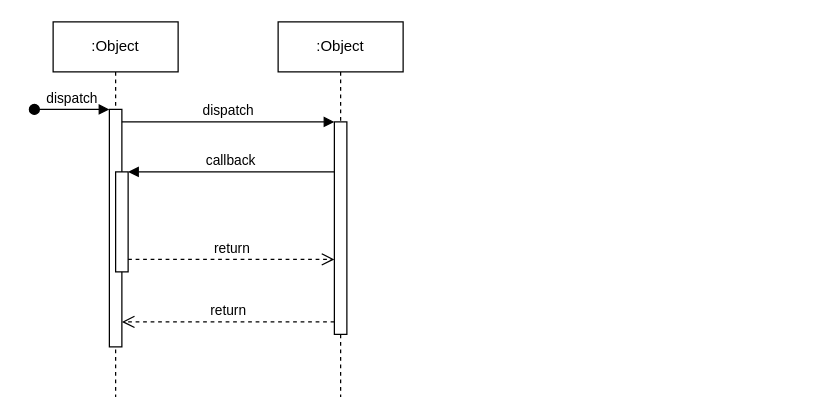
The draw.io diagram Untitled Diagram.drawio in zhifou/drawio, before the edit. Source tidied: cells renumbered, new cells numbered last; positions are measured from the earlier drawing's top-left corner, leaving out a move shared by most shapes. Both pictures are drawn from the tidied source at 125%, with x=0, y=0 at pixel (34, 21).
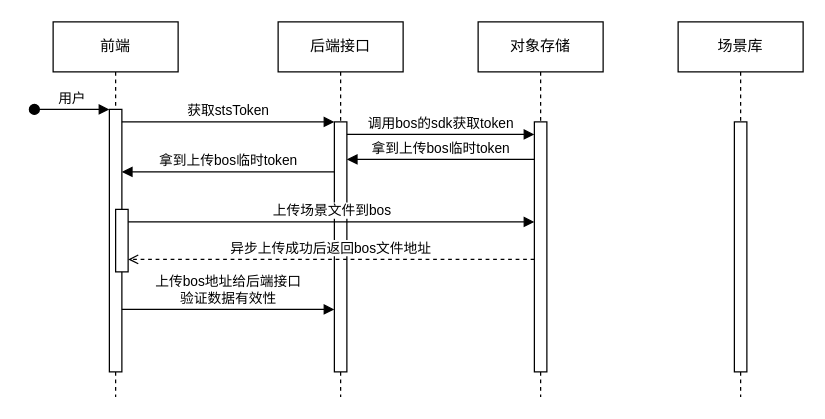
The same diagram, later.

Diff of the diagram source:
```diff
@@
-    <mxCell id="2" value=":Object" style="shape=umlLifeline;perimeter=lifelinePerimeter;whiteSpace=wrap;html=1;newEdgeStyle={&quot;edgeStyle&quot;:&quot;elbowEdgeStyle&quot;,&quot;elbow&quot;:&quot;vertical&quot;,&quot;curved&quot;:0,&quot;rounded&quot;:0};" parent="1" vertex="1">
+    <mxCell id="2" value="前端" style="shape=umlLifeline;perimeter=lifelinePerimeter;whiteSpace=wrap;html=1;newEdgeStyle={&quot;edgeStyle&quot;:&quot;elbowEdgeStyle&quot;,&quot;elbow&quot;:&quot;vertical&quot;,&quot;curved&quot;:0,&quot;rounded&quot;:0};" parent="1" vertex="1">
       <mxGeometry x="15" width="100" height="300" as="geometry" />
     </mxCell>
     <mxCell id="3" style="html=1;points=[];perimeter=orthogonalPerimeter;outlineConnect=0;targetShapes=umlLifeline;portConstraint=eastwest;newEdgeStyle={&quot;edgeStyle&quot;:&quot;elbowEdgeStyle&quot;,&quot;elbow&quot;:&quot;vertical&quot;,&quot;curved&quot;:0,&quot;rounded&quot;:0};" parent="2" vertex="1">
-      <mxGeometry x="45" y="70" width="10" height="190" as="geometry" />
+      <mxGeometry x="45" y="70" width="10" height="210" as="geometry" />
     </mxCell>
-    <mxCell id="4" value="dispatch" style="html=1;verticalAlign=bottom;startArrow=oval;endArrow=block;startSize=8;edgeStyle=elbowEdgeStyle;elbow=vertical;curved=0;rounded=0;" parent="2" edge="1" target="3">
+    <mxCell id="4" value="用户" style="html=1;verticalAlign=bottom;startArrow=oval;endArrow=block;startSize=8;edgeStyle=elbowEdgeStyle;elbow=vertical;curved=0;rounded=0;" parent="2" edge="1" target="3">
       <mxGeometry relative="1" as="geometry">
         <mxPoint x="-15" y="70" as="sourcePoint" />
       </mxGeometry>
     </mxCell>
     <mxCell id="5" style="html=1;points=[];perimeter=orthogonalPerimeter;outlineConnect=0;targetShapes=umlLifeline;portConstraint=eastwest;newEdgeStyle={&quot;edgeStyle&quot;:&quot;elbowEdgeStyle&quot;,&quot;elbow&quot;:&quot;vertical&quot;,&quot;curved&quot;:0,&quot;rounded&quot;:0};" parent="2" vertex="1">
-      <mxGeometry x="50" y="120" width="10" height="80" as="geometry" />
+      <mxGeometry x="50" y="150" width="10" height="50" as="geometry" />
     </mxCell>
-    <mxCell id="6" value=":Object" style="shape=umlLifeline;perimeter=lifelinePerimeter;whiteSpace=wrap;html=1;newEdgeStyle={&quot;edgeStyle&quot;:&quot;elbowEdgeStyle&quot;,&quot;elbow&quot;:&quot;vertical&quot;,&quot;curved&quot;:0,&quot;rounded&quot;:0};" parent="1" vertex="1">
+    <mxCell id="6" value="后端接口" style="shape=umlLifeline;perimeter=lifelinePerimeter;whiteSpace=wrap;html=1;newEdgeStyle={&quot;edgeStyle&quot;:&quot;elbowEdgeStyle&quot;,&quot;elbow&quot;:&quot;vertical&quot;,&quot;curved&quot;:0,&quot;rounded&quot;:0};" parent="1" vertex="1">
       <mxGeometry x="195" width="100" height="300" as="geometry" />
     </mxCell>
     <mxCell id="7" style="html=1;points=[];perimeter=orthogonalPerimeter;outlineConnect=0;targetShapes=umlLifeline;portConstraint=eastwest;newEdgeStyle={&quot;edgeStyle&quot;:&quot;elbowEdgeStyle&quot;,&quot;elbow&quot;:&quot;vertical&quot;,&quot;curved&quot;:0,&quot;rounded&quot;:0};" parent="6" vertex="1">
-      <mxGeometry x="45" y="80" width="10" height="170" as="geometry" />
+      <mxGeometry x="45" y="80" width="10" height="200" as="geometry" />
     </mxCell>
-    <mxCell id="8" value="dispatch" style="html=1;verticalAlign=bottom;endArrow=block;edgeStyle=elbowEdgeStyle;elbow=vertical;curved=0;rounded=0;" parent="1" edge="1" source="3" target="7">
+    <mxCell id="8" value="获取stsToken" style="html=1;verticalAlign=bottom;endArrow=block;edgeStyle=elbowEdgeStyle;elbow=vertical;curved=0;rounded=0;" parent="1" edge="1" source="3" target="7">
       <mxGeometry relative="1" as="geometry">
         <Array as="points">
           <mxPoint x="155" y="80" />
         </Array>
       </mxGeometry>
     </mxCell>
-    <mxCell id="9" value="return" style="html=1;verticalAlign=bottom;endArrow=open;dashed=1;endSize=8;edgeStyle=elbowEdgeStyle;elbow=vertical;curved=0;rounded=0;" parent="1" edge="1" source="7" target="3">
-      <mxGeometry relative="1" as="geometry">
-        <Array as="points">
-          <mxPoint x="165" y="240" />
-        </Array>
-      </mxGeometry>
-    </mxCell>
-    <mxCell id="10" value="callback" style="html=1;verticalAlign=bottom;endArrow=block;edgeStyle=elbowEdgeStyle;elbow=vertical;curved=0;rounded=0;" parent="1" edge="1" source="7" target="5">
+    <mxCell id="10" value="拿到上传bos临时token" style="html=1;verticalAlign=bottom;endArrow=block;edgeStyle=elbowEdgeStyle;elbow=vertical;curved=0;rounded=0;" parent="1" edge="1" source="7" target="3">
       <mxGeometry relative="1" as="geometry">
         <Array as="points">
           <mxPoint x="165" y="120" />
         </Array>
       </mxGeometry>
     </mxCell>
-    <mxCell id="11" value="return" style="html=1;verticalAlign=bottom;endArrow=open;dashed=1;endSize=8;edgeStyle=elbowEdgeStyle;elbow=vertical;curved=0;rounded=0;" parent="1" edge="1" source="5" target="7">
-      <mxGeometry relative="1" as="geometry">
-        <Array as="points">
-          <mxPoint x="155" y="190" />
-        </Array>
-      </mxGeometry>
-    </mxCell>
+    <mxCell id="12" value="对象存储" style="shape=umlLifeline;perimeter=lifelinePerimeter;whiteSpace=wrap;html=1;newEdgeStyle={&quot;edgeStyle&quot;:&quot;elbowEdgeStyle&quot;,&quot;elbow&quot;:&quot;vertical&quot;,&quot;curved&quot;:0,&quot;rounded&quot;:0};" parent="1" vertex="1">
+      <mxGeometry x="355" width="100" height="300" as="geometry" />
+    </mxCell>
+    <mxCell id="13" style="html=1;points=[];perimeter=orthogonalPerimeter;outlineConnect=0;targetShapes=umlLifeline;portConstraint=eastwest;newEdgeStyle={&quot;edgeStyle&quot;:&quot;elbowEdgeStyle&quot;,&quot;elbow&quot;:&quot;vertical&quot;,&quot;curved&quot;:0,&quot;rounded&quot;:0};" parent="12" vertex="1">
+      <mxGeometry x="45" y="80" width="10" height="200" as="geometry" />
+    </mxCell>
+    <mxCell id="14" value="场景库" style="shape=umlLifeline;perimeter=lifelinePerimeter;whiteSpace=wrap;html=1;newEdgeStyle={&quot;edgeStyle&quot;:&quot;elbowEdgeStyle&quot;,&quot;elbow&quot;:&quot;vertical&quot;,&quot;curved&quot;:0,&quot;rounded&quot;:0};" parent="1" vertex="1">
+      <mxGeometry x="515" width="100" height="300" as="geometry" />
+    </mxCell>
+    <mxCell id="15" style="html=1;perimeter=orthogonalPerimeter;targetShapes=umlLifeline;newEdgeStyle={&quot;edgeStyle&quot;:&quot;elbowEdgeStyle&quot;,&quot;elbow&quot;:&quot;vertical&quot;,&quot;curved&quot;:0,&quot;rounded&quot;:0};" parent="14" vertex="1">
+      <mxGeometry x="45" y="80" width="10" height="200" as="geometry" />
+    </mxCell>
+    <mxCell id="16" value="上传场景文件到bos" style="html=1;verticalAlign=bottom;endArrow=block;edgeStyle=elbowEdgeStyle;elbow=vertical;curved=0;rounded=0;" parent="1" edge="1" source="5" target="13">
+      <mxGeometry relative="1" as="geometry">
+        <Array as="points">
+          <mxPoint x="150" y="160" />
+        </Array>
+      </mxGeometry>
+    </mxCell>
+    <mxCell id="17" value="调用bos的sdk获取token" style="html=1;verticalAlign=bottom;endArrow=block;edgeStyle=elbowEdgeStyle;elbow=vertical;curved=0;rounded=0;" parent="1" edge="1" source="7" target="13">
+      <mxGeometry relative="1" as="geometry">
+        <Array as="points">
+          <mxPoint x="335" y="90" />
+        </Array>
+      </mxGeometry>
+    </mxCell>
+    <mxCell id="18" value="拿到上传bos临时token" style="html=1;verticalAlign=bottom;endArrow=block;edgeStyle=elbowEdgeStyle;elbow=vertical;curved=0;rounded=0;" parent="1" edge="1" source="13" target="7">
+      <mxGeometry relative="1" as="geometry">
+        <Array as="points">
+          <mxPoint x="340" y="110" />
+        </Array>
+      </mxGeometry>
+    </mxCell>
+    <mxCell id="19" value="异步上传成功后返回bos文件地址" style="html=1;verticalAlign=bottom;endArrow=open;edgeStyle=elbowEdgeStyle;elbow=vertical;curved=0;rounded=0;dashed=1;endFill=0;" parent="1" edge="1" source="13">
+      <mxGeometry relative="1" as="geometry">
+        <mxPoint x="75" y="190" as="targetPoint" />
+        <Array as="points">
+          <mxPoint x="335" y="190" />
+        </Array>
+      </mxGeometry>
+    </mxCell>
+    <mxCell id="20" value="上传bos地址给后端接口&lt;div&gt;验证数据有效性&lt;/div&gt;" style="html=1;verticalAlign=bottom;endArrow=block;edgeStyle=elbowEdgeStyle;elbow=vertical;curved=0;rounded=0;" parent="1" edge="1" source="3" target="7">
+      <mxGeometry relative="1" as="geometry">
+        <Array as="points">
+          <mxPoint x="150" y="230" />
+        </Array>
+      </mxGeometry>
+    </mxCell>
```
